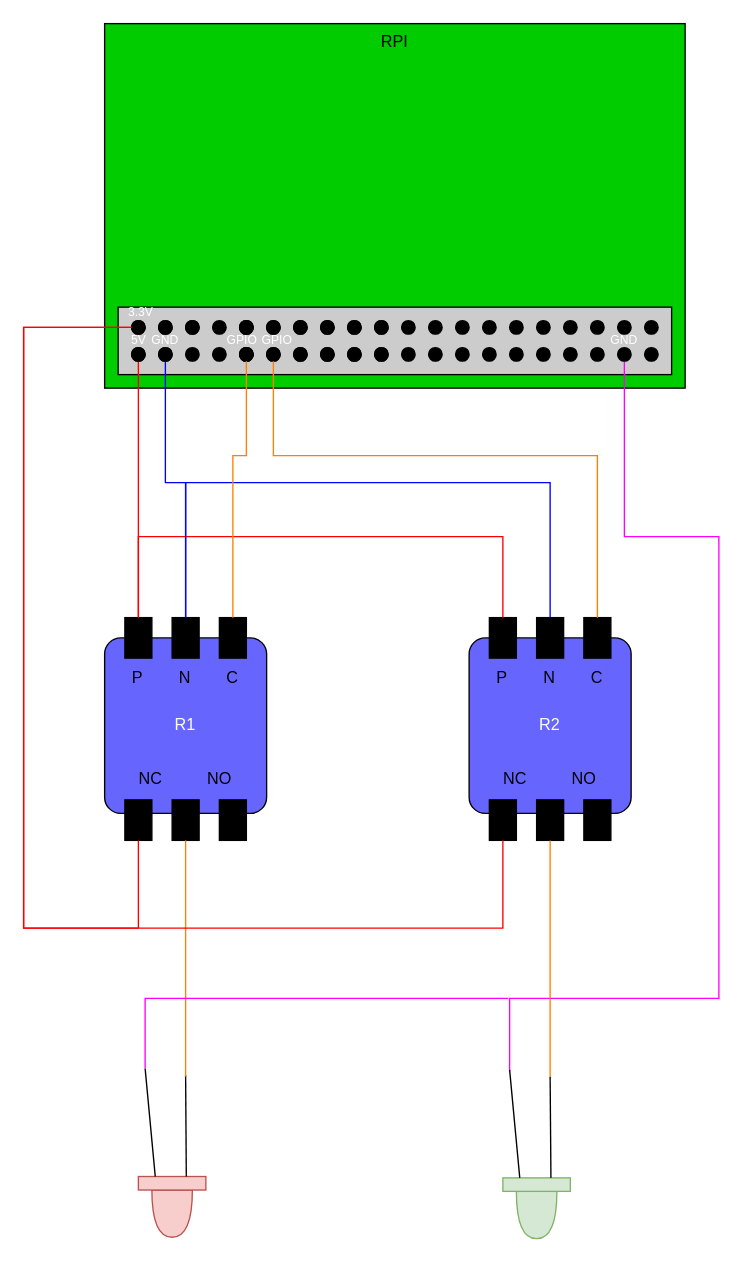
Before: Définition Projet/Schema_relay.drawio in AdamOmv/LPIOTIA2023_ResilienceEnergy, a draw.io diagram. Source tidied: cells renumbered, new cells numbered last; positions are measured from the earlier drawing's top-left corner, leaving out a move shared by most shapes. Both pictures are drawn from the tidied source at 135%, with x=0, y=0 at pixel (23, 23).
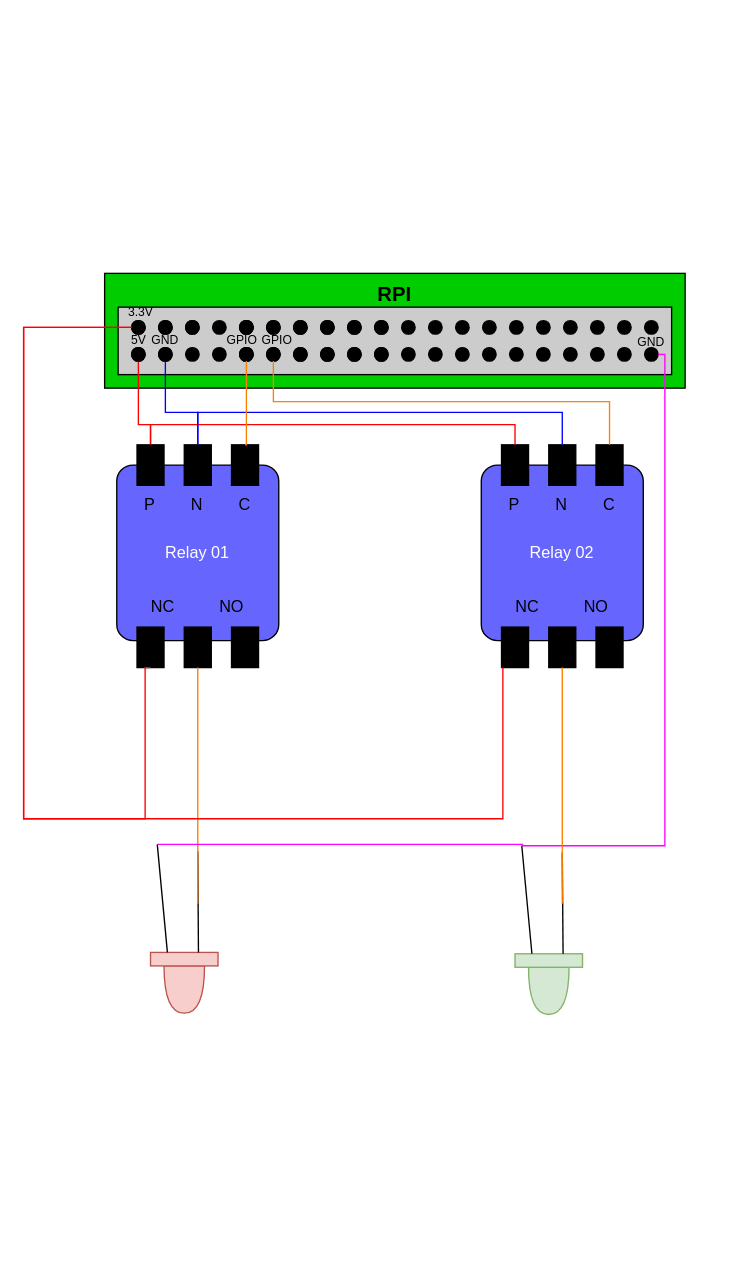
The same page after the edit.

The change refers to these unchanged cells:
```xml
<mxCell id="16" style="ellipse;whiteSpace=wrap;html=1;labelBackgroundColor=#000000;strokeColor=#000000;fillColor=#000000;" parent="1" vertex="1">
  <mxGeometry x="80" y="220" width="10" height="10" as="geometry" />
</mxCell>
<mxCell id="18" style="ellipse;whiteSpace=wrap;html=1;labelBackgroundColor=#000000;strokeColor=#000000;fillColor=#000000;" parent="1" vertex="1">
  <mxGeometry x="80" y="240" width="10" height="10" as="geometry" />
</mxCell>
<mxCell id="21" style="ellipse;whiteSpace=wrap;html=1;labelBackgroundColor=#000000;strokeColor=#000000;fillColor=#000000;" parent="1" vertex="1">
  <mxGeometry x="100" y="240" width="10" height="10" as="geometry" />
</mxCell>
<mxCell id="42" style="ellipse;whiteSpace=wrap;html=1;labelBackgroundColor=#000000;strokeColor=#000000;fillColor=#000000;" parent="1" vertex="1">
  <mxGeometry x="180" y="240" width="10" height="10" as="geometry" />
</mxCell>
<mxCell id="43" style="ellipse;whiteSpace=wrap;html=1;labelBackgroundColor=#000000;strokeColor=#000000;fillColor=#000000;" parent="1" vertex="1">
  <mxGeometry x="160" y="240" width="10" height="10" as="geometry" />
</mxCell>
<mxCell id="54" style="ellipse;whiteSpace=wrap;html=1;labelBackgroundColor=#000000;strokeColor=#000000;fillColor=#000000;" parent="1" vertex="1">
  <mxGeometry x="460" y="240" width="10" height="10" as="geometry" />
</mxCell>
<mxCell id="56" style="ellipse;whiteSpace=wrap;html=1;labelBackgroundColor=#000000;strokeColor=#000000;fillColor=#000000;" parent="1" vertex="1">
  <mxGeometry x="440" y="240" width="10" height="10" as="geometry" />
</mxCell>
<mxCell id="68" style="rounded=0;whiteSpace=wrap;html=1;labelBackgroundColor=#000000;strokeColor=#000000;fillColor=#000000;" parent="66" vertex="1">
  <mxGeometry x="15" y="120" width="20" height="30" as="geometry" />
</mxCell>
<mxCell id="69" style="rounded=0;whiteSpace=wrap;html=1;labelBackgroundColor=#000000;strokeColor=#000000;fillColor=#000000;" parent="66" vertex="1">
  <mxGeometry x="50" y="120" width="20" height="30" as="geometry" />
</mxCell>
<mxCell id="71" style="rounded=0;whiteSpace=wrap;html=1;labelBackgroundColor=#000000;strokeColor=#000000;fillColor=#000000;" parent="66" vertex="1">
  <mxGeometry x="15" y="-15" width="20" height="30" as="geometry" />
</mxCell>
<mxCell id="72" style="rounded=0;whiteSpace=wrap;html=1;labelBackgroundColor=#000000;strokeColor=#000000;fillColor=#000000;" parent="66" vertex="1">
  <mxGeometry x="50" y="-15" width="20" height="30" as="geometry" />
</mxCell>
<mxCell id="73" style="rounded=0;whiteSpace=wrap;html=1;labelBackgroundColor=#000000;strokeColor=#000000;fillColor=#000000;" parent="66" vertex="1">
  <mxGeometry x="85" y="-15" width="20" height="30" as="geometry" />
</mxCell>
<mxCell id="78" style="rounded=0;whiteSpace=wrap;html=1;labelBackgroundColor=#000000;strokeColor=#000000;fillColor=#000000;" parent="76" vertex="1">
  <mxGeometry x="15" y="120" width="20" height="30" as="geometry" />
</mxCell>
<mxCell id="79" style="rounded=0;whiteSpace=wrap;html=1;labelBackgroundColor=#000000;strokeColor=#000000;fillColor=#000000;" parent="76" vertex="1">
  <mxGeometry x="50" y="120" width="20" height="30" as="geometry" />
</mxCell>
<mxCell id="81" style="rounded=0;whiteSpace=wrap;html=1;labelBackgroundColor=#000000;strokeColor=#000000;fillColor=#000000;" parent="76" vertex="1">
  <mxGeometry x="15" y="-15" width="20" height="30" as="geometry" />
</mxCell>
<mxCell id="82" style="rounded=0;whiteSpace=wrap;html=1;labelBackgroundColor=#000000;strokeColor=#000000;fillColor=#000000;" parent="76" vertex="1">
  <mxGeometry x="50" y="-15" width="20" height="30" as="geometry" />
</mxCell>
<mxCell id="83" style="rounded=0;whiteSpace=wrap;html=1;labelBackgroundColor=#000000;strokeColor=#000000;fillColor=#000000;" parent="76" vertex="1">
  <mxGeometry x="85" y="-15" width="20" height="30" as="geometry" />
</mxCell>
```

What changed in the source:
```diff
@@
-    <mxCell id="2" value="RPI" style="rounded=0;whiteSpace=wrap;html=1;fillColor=#00CC00;strokeColor=#000000;verticalAlign=top;" parent="1" vertex="1">
-      <mxGeometry x="60" width="430" height="270" as="geometry" />
+    <mxCell id="2" value="&lt;font style=&quot;font-size: 15px;&quot;&gt;&lt;b&gt;RPI&lt;/b&gt;&lt;/font&gt;" style="rounded=0;whiteSpace=wrap;html=1;fillColor=#00CC00;strokeColor=#000000;verticalAlign=top;" parent="1" vertex="1">
+      <mxGeometry x="60" y="185" width="430" height="85" as="geometry" />
     </mxCell>
@@
     <mxCell id="17" style="edgeStyle=orthogonalEdgeStyle;rounded=0;jettySize=auto;html=1;exitX=0.5;exitY=1;exitDx=0;exitDy=0;entryX=0.5;entryY=0;entryDx=0;entryDy=0;strokeColor=#FF0000;fontColor=#FFFFFF;endArrow=none;endFill=0;elbow=vertical;" parent="1" edge="1" source="18" target="71">
-      <mxGeometry relative="1" as="geometry" />
+      <mxGeometry relative="1" as="geometry">
+        <Array as="points">
+          <mxPoint x="85" y="297" />
+          <mxPoint x="94" y="297" />
+        </Array>
+      </mxGeometry>
     </mxCell>
@@
     <mxCell id="20" style="edgeStyle=orthogonalEdgeStyle;rounded=0;jettySize=auto;html=1;exitX=0.5;exitY=1;exitDx=0;exitDy=0;entryX=0.5;entryY=0;entryDx=0;entryDy=0;strokeColor=#0000FF;fontColor=#FFFFFF;endArrow=none;endFill=0;elbow=vertical;" parent="1" edge="1" source="21" target="72">
       <mxGeometry relative="1" as="geometry">
         <Array as="points">
-          <mxPoint x="105" y="340" />
-          <mxPoint x="120" y="340" />
+          <mxPoint x="105" y="288" />
+          <mxPoint x="129" y="288" />
         </Array>
       </mxGeometry>
     </mxCell>
@@
-    <mxCell id="55" style="edgeStyle=orthogonalEdgeStyle;rounded=0;jettySize=auto;html=1;exitX=0.5;exitY=1;exitDx=0;exitDy=0;strokeColor=#FF00FF;fontSize=9;fontColor=#FFFFFF;endArrow=none;endFill=0;elbow=vertical;" parent="1" edge="1" source="56">
+    <mxCell id="55" style="edgeStyle=orthogonalEdgeStyle;rounded=0;jettySize=auto;html=1;strokeColor=#FF00FF;fontSize=9;fontColor=#FFFFFF;endArrow=none;endFill=0;elbow=vertical;exitX=1;exitY=0.5;exitDx=0;exitDy=0;" parent="1" edge="1" source="54">
       <mxGeometry relative="1" as="geometry">
-        <mxPoint x="360" y="776" as="targetPoint" />
+        <mxPoint x="369" y="608" as="targetPoint" />
         <Array as="points">
-          <mxPoint x="445" y="380" />
-          <mxPoint x="515" y="380" />
-          <mxPoint x="515" y="722" />
-          <mxPoint x="360" y="722" />
+          <mxPoint x="475" y="245" />
+          <mxPoint x="475" y="609" />
+          <mxPoint x="370" y="609" />
         </Array>
       </mxGeometry>
     </mxCell>
@@
     <mxCell id="66" style="group;fontColor=#FFFFFF;" parent="1" vertex="1">
-      <mxGeometry x="60" y="455" width="120" height="150" as="geometry" />
+      <mxGeometry x="69" y="327" width="120" height="150" as="geometry" />
     </mxCell>
-    <mxCell id="67" value="&lt;font color=&quot;#ffffff&quot;&gt;R1&lt;/font&gt;" style="rounded=1;whiteSpace=wrap;html=1;labelBackgroundColor=none;strokeColor=#000000;fillColor=#6666FF;arcSize=10;" parent="66" vertex="1">
+    <mxCell id="67" value="&lt;font color=&quot;#ffffff&quot;&gt;Relay 01&lt;/font&gt;" style="rounded=1;whiteSpace=wrap;html=1;labelBackgroundColor=none;strokeColor=#000000;fillColor=#6666FF;arcSize=10;" parent="66" vertex="1">
       <mxGeometry width="120" height="130" as="geometry" />
     </mxCell>
@@
     <mxCell id="76" style="group;fontColor=#FFFFFF;" parent="1" vertex="1">
-      <mxGeometry x="330" y="455" width="120" height="150" as="geometry" />
+      <mxGeometry x="339" y="327" width="120" height="150" as="geometry" />
     </mxCell>
-    <mxCell id="77" value="&lt;font color=&quot;#ffffff&quot;&gt;R2&lt;/font&gt;" style="rounded=1;whiteSpace=wrap;html=1;labelBackgroundColor=none;strokeColor=#000000;fillColor=#6666FF;arcSize=10;" parent="76" vertex="1">
+    <mxCell id="77" value="&lt;font color=&quot;#ffffff&quot;&gt;Relay 02&lt;/font&gt;" style="rounded=1;whiteSpace=wrap;html=1;labelBackgroundColor=none;strokeColor=#000000;fillColor=#6666FF;arcSize=10;" parent="76" vertex="1">
       <mxGeometry width="120" height="130" as="geometry" />
     </mxCell>
@@
     <mxCell id="86" style="group;" parent="1" vertex="1">
-      <mxGeometry x="85" y="774" width="50" height="125" as="geometry" />
+      <mxGeometry x="94" y="608" width="50" height="125" as="geometry" />
     </mxCell>
@@
     <mxCell id="92" style="group;" parent="1" vertex="1">
-      <mxGeometry x="355" y="775" width="50" height="125" as="geometry" />
+      <mxGeometry x="364" y="609" width="50" height="125" as="geometry" />
     </mxCell>
@@
     <mxCell id="98" style="edgeStyle=orthogonalEdgeStyle;rounded=0;jettySize=auto;html=1;exitX=0.5;exitY=0;exitDx=0;exitDy=0;entryX=0.5;entryY=0;entryDx=0;entryDy=0;strokeColor=#FF0000;fontColor=#FFFFFF;endArrow=none;endFill=0;elbow=vertical;" parent="1" edge="1" source="71" target="81">
       <mxGeometry relative="1" as="geometry">
         <Array as="points">
-          <mxPoint x="85" y="380" />
-          <mxPoint x="355" y="380" />
+          <mxPoint x="94" y="297" />
+          <mxPoint x="364" y="297" />
         </Array>
       </mxGeometry>
     </mxCell>
     <mxCell id="99" style="edgeStyle=orthogonalEdgeStyle;rounded=0;jettySize=auto;html=1;exitX=0.5;exitY=0;exitDx=0;exitDy=0;entryX=0.5;entryY=0;entryDx=0;entryDy=0;strokeColor=#0000FF;fontColor=#FFFFFF;endArrow=none;endFill=0;elbow=vertical;" parent="1" edge="1" source="72" target="82">
       <mxGeometry relative="1" as="geometry">
         <Array as="points">
-          <mxPoint x="120" y="340" />
-          <mxPoint x="390" y="340" />
+          <mxPoint x="129" y="288" />
+          <mxPoint x="399" y="288" />
         </Array>
       </mxGeometry>
     </mxCell>
     <mxCell id="100" style="edgeStyle=orthogonalEdgeStyle;rounded=0;jettySize=auto;html=1;exitX=0.5;exitY=0;exitDx=0;exitDy=0;entryX=0.5;entryY=1;entryDx=0;entryDy=0;strokeColor=#FF8000;fontColor=#FFFFFF;endArrow=none;endFill=0;elbow=vertical;" parent="1" edge="1" source="73" target="43">
       <mxGeometry relative="1" as="geometry">
         <Array as="points">
-          <mxPoint x="155" y="320" />
-          <mxPoint x="165" y="320" />
+          <mxPoint x="165" y="312" />
         </Array>
       </mxGeometry>
     </mxCell>
     <mxCell id="101" style="edgeStyle=orthogonalEdgeStyle;rounded=0;jettySize=auto;html=1;exitX=0.5;exitY=0;exitDx=0;exitDy=0;entryX=0.5;entryY=1;entryDx=0;entryDy=0;strokeColor=#FF8000;fontColor=#FFFFFF;endArrow=none;endFill=0;elbow=vertical;" parent="1" edge="1" source="83" target="42">
       <mxGeometry relative="1" as="geometry">
         <Array as="points">
-          <mxPoint x="425" y="320" />
-          <mxPoint x="185" y="320" />
+          <mxPoint x="434" y="280" />
+          <mxPoint x="185" y="280" />
         </Array>
       </mxGeometry>
     </mxCell>
     <mxCell id="102" style="edgeStyle=orthogonalEdgeStyle;rounded=0;jettySize=auto;html=1;exitX=0.5;exitY=1;exitDx=0;exitDy=0;strokeColor=#FF8000;fontColor=#FFFFFF;endArrow=none;endFill=0;elbow=vertical;" parent="1" edge="1" source="69">
       <mxGeometry relative="1" as="geometry">
-        <mxPoint x="120" y="780" as="targetPoint" />
+        <mxPoint x="129" y="652" as="targetPoint" />
       </mxGeometry>
     </mxCell>
     <mxCell id="103" style="edgeStyle=orthogonalEdgeStyle;rounded=0;jettySize=auto;html=1;exitX=0.5;exitY=1;exitDx=0;exitDy=0;strokeColor=#FF8000;fontColor=#FFFFFF;endArrow=none;endFill=0;elbow=vertical;" parent="1" edge="1" source="79">
       <mxGeometry relative="1" as="geometry">
-        <mxPoint x="390" y="780" as="targetPoint" />
+        <mxPoint x="399" y="652" as="targetPoint" />
       </mxGeometry>
     </mxCell>
     <mxCell id="104" style="edgeStyle=orthogonalEdgeStyle;rounded=0;jettySize=auto;html=1;entryX=0;entryY=0.5;entryDx=0;entryDy=0;strokeColor=#FF0000;fontColor=#FFFFFF;endArrow=none;endFill=0;elbow=vertical;" parent="1" edge="1" source="78" target="16">
       <mxGeometry relative="1" as="geometry">
         <Array as="points">
-          <mxPoint x="355" y="670" />
-          <mxPoint y="670" />
+          <mxPoint x="355" y="589" />
+          <mxPoint y="589" />
           <mxPoint y="225" />
         </Array>
       </mxGeometry>
     </mxCell>
     <mxCell id="105" style="edgeStyle=orthogonalEdgeStyle;rounded=0;jettySize=auto;html=1;exitX=0.5;exitY=1;exitDx=0;exitDy=0;entryX=0;entryY=0.5;entryDx=0;entryDy=0;strokeColor=#FF0000;fontColor=#FFFFFF;endArrow=none;endFill=0;elbow=vertical;" parent="1" edge="1" source="68" target="16">
       <mxGeometry relative="1" as="geometry">
         <Array as="points">
-          <mxPoint x="85" y="670" />
-          <mxPoint y="670" />
+          <mxPoint x="90" y="477" />
+          <mxPoint x="90" y="589" />
+          <mxPoint y="589" />
           <mxPoint y="225" />
         </Array>
       </mxGeometry>
     </mxCell>
-    <mxCell id="106" value="&lt;font style=&quot;font-size: 9px;&quot;&gt;3.3V&lt;/font&gt;" style="text;html=1;strokeColor=none;fillColor=none;align=center;verticalAlign=middle;whiteSpace=wrap;rounded=0;fontColor=#FFFFFF;" parent="1" vertex="1">
+    <mxCell id="106" value="&lt;font color=&quot;#000000&quot; style=&quot;font-size: 9px;&quot;&gt;3.3V&lt;/font&gt;" style="text;html=1;strokeColor=none;fillColor=none;align=center;verticalAlign=middle;whiteSpace=wrap;rounded=0;fontColor=#FFFFFF;" parent="1" vertex="1">
       <mxGeometry x="57" y="198" width="60" height="30" as="geometry" />
     </mxCell>
-    <mxCell id="107" value="&lt;font style=&quot;font-size: 9px;&quot;&gt;5V&lt;/font&gt;" style="text;html=1;strokeColor=none;fillColor=none;align=center;verticalAlign=middle;whiteSpace=wrap;rounded=0;fontColor=#FFFFFF;" parent="1" vertex="1">
+    <mxCell id="107" value="&lt;font color=&quot;#000000&quot; style=&quot;font-size: 9px;&quot;&gt;5V&lt;/font&gt;" style="text;html=1;strokeColor=none;fillColor=none;align=center;verticalAlign=middle;whiteSpace=wrap;rounded=0;fontColor=#FFFFFF;" parent="1" vertex="1">
       <mxGeometry x="75.5" y="226" width="19" height="15" as="geometry" />
     </mxCell>
-    <mxCell id="108" value="&lt;font style=&quot;font-size: 9px;&quot;&gt;GND&lt;/font&gt;" style="text;html=1;strokeColor=none;fillColor=none;align=center;verticalAlign=middle;whiteSpace=wrap;rounded=0;fontColor=#FFFFFF;" parent="1" vertex="1">
+    <mxCell id="108" value="&lt;font color=&quot;#000000&quot; style=&quot;font-size: 9px;&quot;&gt;GND&lt;/font&gt;" style="text;html=1;strokeColor=none;fillColor=none;align=center;verticalAlign=middle;whiteSpace=wrap;rounded=0;fontColor=#FFFFFF;" parent="1" vertex="1">
       <mxGeometry x="93" y="228" width="24" height="11" as="geometry" />
     </mxCell>
-    <mxCell id="109" value="&lt;font style=&quot;font-size: 9px;&quot;&gt;GPIO&lt;/font&gt;" style="text;html=1;strokeColor=none;fillColor=none;align=center;verticalAlign=middle;whiteSpace=wrap;rounded=0;fontColor=#FFFFFF;" parent="1" vertex="1">
+    <mxCell id="109" value="&lt;font color=&quot;#000000&quot; style=&quot;font-size: 9px;&quot;&gt;GPIO&lt;/font&gt;" style="text;html=1;strokeColor=none;fillColor=none;align=center;verticalAlign=middle;whiteSpace=wrap;rounded=0;fontColor=#FFFFFF;" parent="1" vertex="1">
       <mxGeometry x="150" y="228.5" width="24" height="11" as="geometry" />
     </mxCell>
-    <mxCell id="110" value="&lt;font style=&quot;font-size: 9px;&quot;&gt;GPIO&lt;/font&gt;" style="text;html=1;strokeColor=none;fillColor=none;align=center;verticalAlign=middle;whiteSpace=wrap;rounded=0;fontColor=#FFFFFF;" parent="1" vertex="1">
+    <mxCell id="110" value="&lt;font color=&quot;#000000&quot; style=&quot;font-size: 9px;&quot;&gt;GPIO&lt;/font&gt;" style="text;html=1;strokeColor=none;fillColor=none;align=center;verticalAlign=middle;whiteSpace=wrap;rounded=0;fontColor=#FFFFFF;" parent="1" vertex="1">
       <mxGeometry x="176" y="228.5" width="24" height="11" as="geometry" />
     </mxCell>
     <mxCell id="111" style="endArrow=none;html=1;rounded=0;strokeColor=#FF00FF;fontSize=9;fontColor=#FFFFFF;elbow=vertical;" parent="1" edge="1">
       <mxGeometry relative="1" as="geometry">
-        <mxPoint x="90" y="774" as="sourcePoint" />
-        <mxPoint x="359" y="722" as="targetPoint" />
-        <Array as="points">
-          <mxPoint x="90" y="722" />
-        </Array>
+        <mxPoint x="99" y="608" as="sourcePoint" />
+        <mxPoint x="370" y="608" as="targetPoint" />
       </mxGeometry>
     </mxCell>
-    <mxCell id="112" value="&lt;font style=&quot;font-size: 9px;&quot;&gt;GND&lt;/font&gt;" style="text;html=1;strokeColor=none;fillColor=none;align=center;verticalAlign=middle;whiteSpace=wrap;rounded=0;fontColor=#FFFFFF;" parent="1" vertex="1">
-      <mxGeometry x="433" y="228" width="24" height="11" as="geometry" />
+    <mxCell id="112" value="&lt;font color=&quot;#000000&quot; style=&quot;font-size: 9px;&quot;&gt;GND&lt;/font&gt;" style="text;html=1;strokeColor=none;fillColor=none;align=center;verticalAlign=middle;whiteSpace=wrap;rounded=0;fontColor=#FFFFFF;" parent="1" vertex="1">
+      <mxGeometry x="453" y="229.5" width="24" height="11" as="geometry" />
     </mxCell>
```
